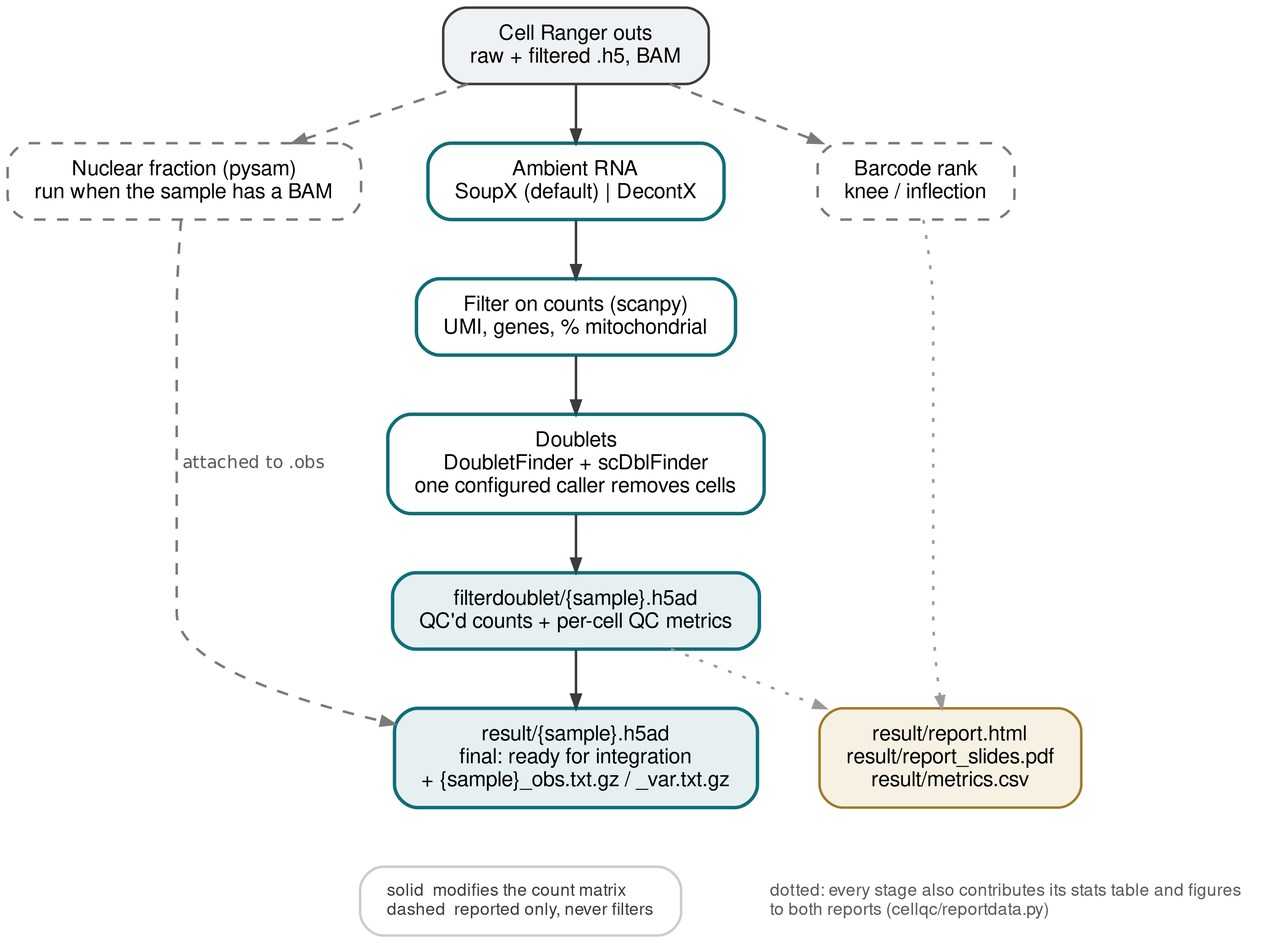
Earlier version of the Graphviz export docs/workflow.png (lijinbio/cellqc). Its source is kept beside it as docs/workflow.dot.
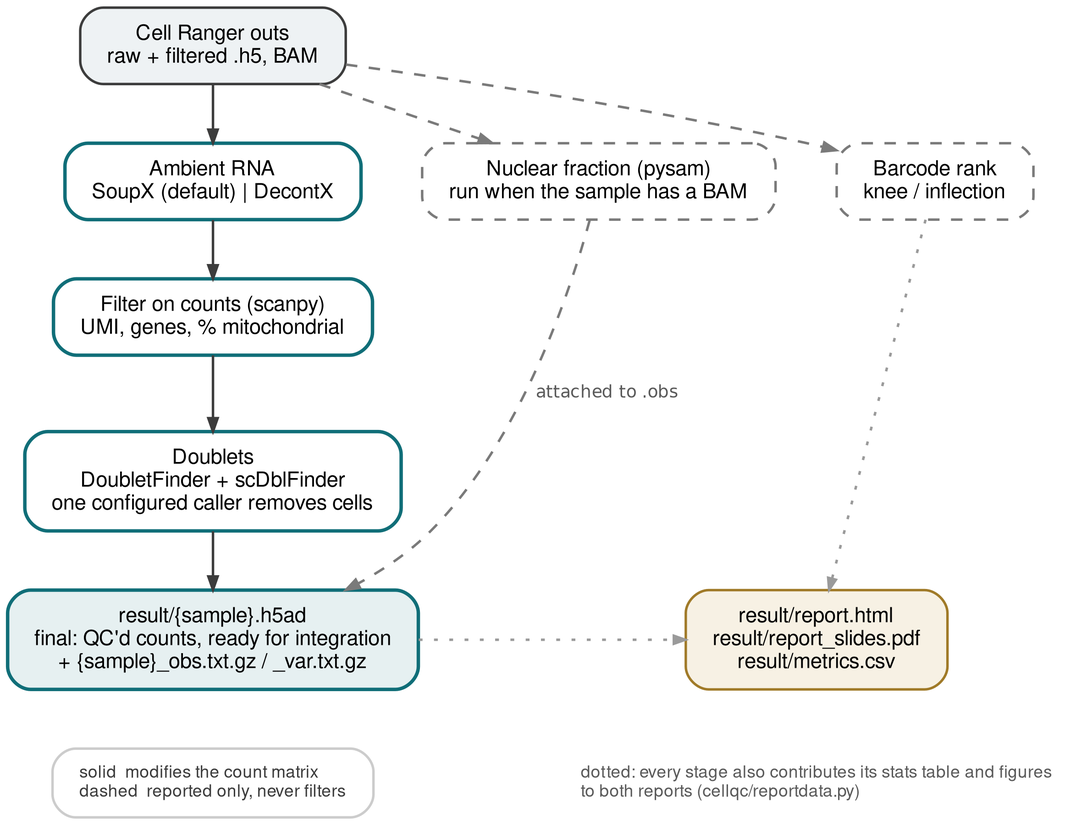
After the commit.

Commit message:
Make filterdoublet's matrix temp(); drop its obs/var dumps

The edit, as a diff of the source:
```diff
@@ -21,9 +21,7 @@
 	filter  [label="Filter on counts (scanpy)\nUMI, genes, % mitochondrial", color="#106e78", penwidth=1.8];
 	doublet [label="Doublets\nDoubletFinder + scDblFinder\none configured caller removes cells",
 		color="#106e78", penwidth=1.8];
-	result  [label="filterdoublet/{sample}.h5ad\nQC'd counts + per-cell QC metrics",
-		fillcolor="#e6f0f1", color="#106e78", penwidth=1.8];
-	post    [label="result/{sample}.h5ad\nfinal: ready for integration\n+ {sample}_obs.txt.gz / _var.txt.gz",
+	post    [label="result/{sample}.h5ad\nfinal: QC'd counts, ready for integration\n+ {sample}_obs.txt.gz / _var.txt.gz",
 		fillcolor="#e6f0f1", color="#106e78", penwidth=1.8];
 
 	/* Diagnostics: reported, never applied. */
@@ -39,8 +37,7 @@
 	cr -> ambient [weight=10];
 	ambient -> filter [weight=10];
 	filter -> doublet [weight=10];
-	doublet -> result [weight=10];
-	result -> post [weight=10];
+	doublet -> post [weight=10];
 
 	cr -> knee [style=dashed, color="#7a7a7a"];
 	cr -> nf   [style=dashed, color="#7a7a7a"];
@@ -49,8 +46,8 @@
 
 	/* Both reports are built from one collected set of stats, so the HTML and
 	 * the slides cannot describe different runs. */
-	result -> reports [style=dotted, color="#9a9a9a", arrowsize=0.6];
-	knee   -> reports [style=dotted, color="#9a9a9a", arrowsize=0.6];
+	post -> reports [style=dotted, color="#9a9a9a", arrowsize=0.6];
+	knee -> reports [style=dotted, color="#9a9a9a", arrowsize=0.6];
 
 	note [shape=plaintext, style="", fontsize=9, fontcolor="#5a5a5a",
 		label="dotted: every stage also contributes its stats table and figures\lto both reports (cellqc/reportdata.py)\l"];
```
